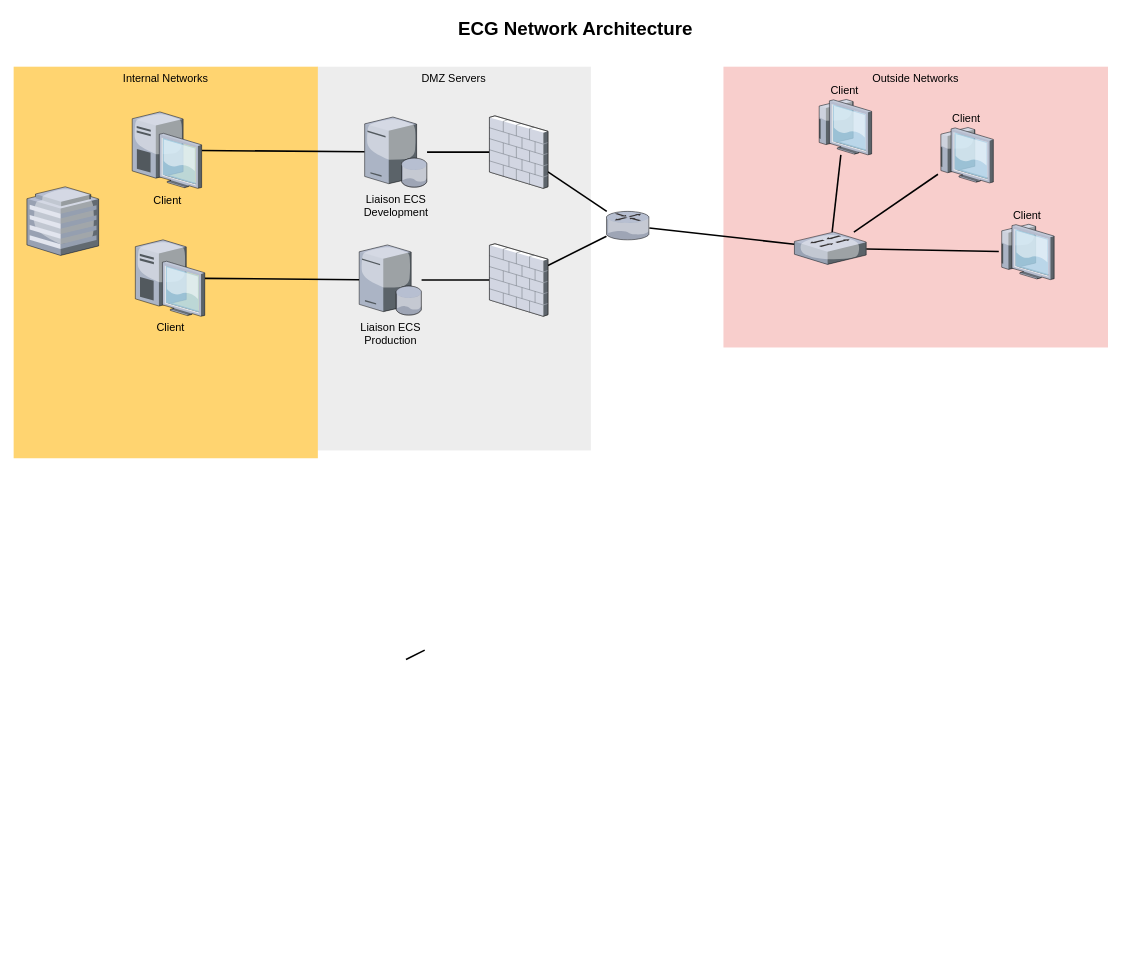
Before: ECG Network.drawio in mattybee/WorkPrjs, a draw.io diagram. Source tidied: cells renumbered, new cells numbered last; positions are measured from the earlier drawing's top-left corner, leaving out a move shared by most shapes. Both pictures are drawn from the tidied source at 78%, with x=0, y=0 at pixel (13, 13).
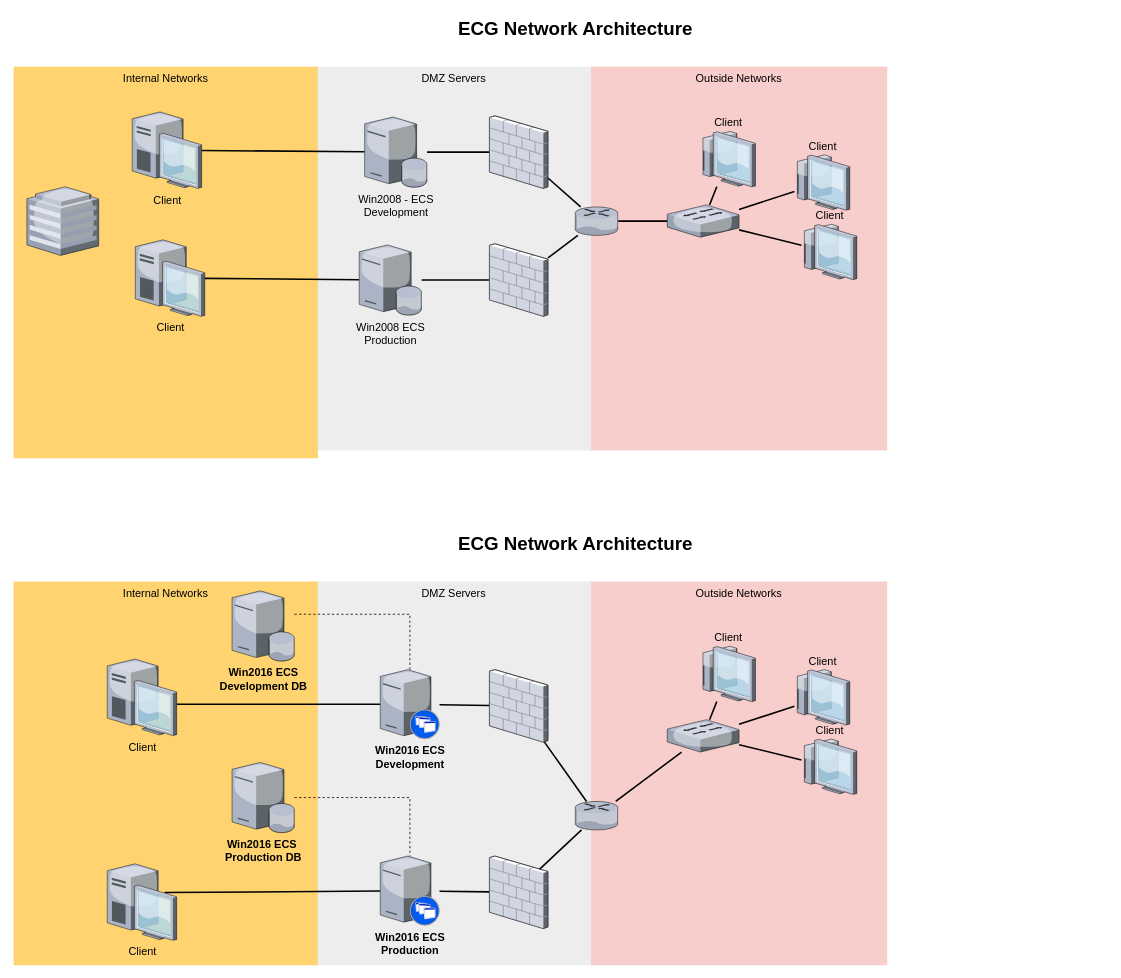
The same diagram, later.

Diff of the diagram source:
```diff
@@
     <mxCell id="2" value="Outside Networks" style="whiteSpace=wrap;html=1;fillColor=#f8cecc;fontSize=14;strokeColor=none;verticalAlign=top;" parent="1" vertex="1">
-      <mxGeometry x="910" y="68" width="493" height="360" as="geometry" />
+      <mxGeometry x="740" y="68" width="380" height="492" as="geometry" />
     </mxCell>
@@
     <mxCell id="15" style="verticalLabelPosition=bottom;html=1;verticalAlign=top;strokeColor=none;shape=mxgraph.citrix.router;fillColor=#66B2FF;gradientColor=#0066CC;fontSize=14;" parent="1" vertex="1">
-      <mxGeometry x="760" y="253.5" width="55" height="36.5" as="geometry" />
+      <mxGeometry x="720" y="247.8" width="55" height="36.5" as="geometry" />
     </mxCell>
@@
     <mxCell id="24" style="verticalLabelPosition=bottom;html=1;verticalAlign=top;strokeColor=none;shape=mxgraph.citrix.switch;fillColor=#66B2FF;gradientColor=#0066CC;fontSize=14;" parent="1" vertex="1">
-      <mxGeometry x="1001" y="280" width="92" height="41.5" as="geometry" />
+      <mxGeometry x="838" y="245.2" width="92" height="41.5" as="geometry" />
     </mxCell>
     <mxCell id="25" value="Client" style="verticalLabelPosition=top;html=1;verticalAlign=bottom;strokeColor=none;shape=mxgraph.citrix.thin_client;fillColor=#66B2FF;gradientColor=#0066CC;fontSize=14;labelPosition=center;align=center;" parent="1" vertex="1">
-      <mxGeometry x="1263" y="270" width="71" height="71" as="geometry" />
+      <mxGeometry x="1010" y="270" width="71" height="71" as="geometry" />
     </mxCell>
     <mxCell id="26" value="Client" style="verticalLabelPosition=top;html=1;verticalAlign=bottom;strokeColor=none;shape=mxgraph.citrix.thin_client;fillColor=#66B2FF;gradientColor=#0066CC;fontSize=14;labelPosition=center;align=center;" parent="1" vertex="1">
-      <mxGeometry x="1185" y="146" width="71" height="71" as="geometry" />
+      <mxGeometry x="1001" y="181" width="71" height="71" as="geometry" />
     </mxCell>
     <mxCell id="27" value="Client" style="verticalLabelPosition=top;html=1;verticalAlign=bottom;strokeColor=none;shape=mxgraph.citrix.thin_client;fillColor=#66B2FF;gradientColor=#0066CC;fontSize=14;labelPosition=center;align=center;" parent="1" vertex="1">
-      <mxGeometry x="1029" y="110" width="71" height="71" as="geometry" />
+      <mxGeometry x="880" y="151" width="71" height="71" as="geometry" />
     </mxCell>
@@
-    <mxCell id="29" value="&lt;span style=&quot;font-size: 14px&quot;&gt;Liaison ECS&lt;/span&gt;&lt;br style=&quot;font-size: 14px&quot;&gt;&lt;span style=&quot;font-size: 14px&quot;&gt;Production&lt;/span&gt;" style="verticalLabelPosition=bottom;html=1;verticalAlign=top;strokeColor=none;align=center;outlineConnect=0;shape=mxgraph.citrix.database_server;" parent="1" vertex="1">
+    <mxCell id="29" value="&lt;span style=&quot;font-size: 14px&quot;&gt;Win2008 ECS&lt;/span&gt;&lt;br style=&quot;font-size: 14px&quot;&gt;&lt;span style=&quot;font-size: 14px&quot;&gt;Production&lt;/span&gt;" style="verticalLabelPosition=bottom;html=1;verticalAlign=top;strokeColor=none;align=center;outlineConnect=0;shape=mxgraph.citrix.database_server;" parent="1" vertex="1">
       <mxGeometry x="443" y="296.5" width="80" height="90" as="geometry" />
     </mxCell>
-    <mxCell id="30" value="&lt;span style=&quot;font-size: 14px&quot;&gt;Liaison ECS&lt;/span&gt;&lt;br style=&quot;font-size: 14px&quot;&gt;&lt;span style=&quot;font-size: 14px&quot;&gt;Development&lt;/span&gt;" style="verticalLabelPosition=bottom;html=1;verticalAlign=top;strokeColor=none;align=center;outlineConnect=0;shape=mxgraph.citrix.database_server;" parent="1" vertex="1">
+    <mxCell id="30" value="&lt;span style=&quot;font-size: 14px&quot;&gt;Win2008 - ECS&lt;/span&gt;&lt;br style=&quot;font-size: 14px&quot;&gt;&lt;span style=&quot;font-size: 14px&quot;&gt;Development&lt;/span&gt;" style="verticalLabelPosition=bottom;html=1;verticalAlign=top;strokeColor=none;align=center;outlineConnect=0;shape=mxgraph.citrix.database_server;" parent="1" vertex="1">
       <mxGeometry x="450" y="132.5" width="80" height="90" as="geometry" />
     </mxCell>
+    <mxCell id="31" value="Outside Networks" style="whiteSpace=wrap;html=1;fillColor=#f8cecc;fontSize=14;strokeColor=none;verticalAlign=top;" parent="1" vertex="1">
+      <mxGeometry x="740" y="728" width="380" height="492" as="geometry" />
+    </mxCell>
+    <mxCell id="32" value="DMZ Servers" style="whiteSpace=wrap;html=1;fillColor=#EDEDED;fontSize=14;strokeColor=none;verticalAlign=top;" parent="1" vertex="1">
+      <mxGeometry x="389" y="728" width="351" height="492" as="geometry" />
+    </mxCell>
+    <mxCell id="33" value="Internal Networks" style="whiteSpace=wrap;html=1;fillColor=#FFD470;gradientColor=none;fontSize=14;strokeColor=none;verticalAlign=top;" parent="1" vertex="1">
+      <mxGeometry y="728" width="390" height="492" as="geometry" />
+    </mxCell>
+    <mxCell id="34" style="edgeStyle=none;rounded=0;html=1;startSize=10;endSize=10;jettySize=auto;fontSize=14;endArrow=none;endFill=0;strokeWidth=2;exitX=0.826;exitY=0.376;exitDx=0;exitDy=0;exitPerimeter=0;" parent="1" edge="1" source="35" target="55">
+      <mxGeometry relative="1" as="geometry" />
+    </mxCell>
+    <mxCell id="35" value="Client" style="verticalLabelPosition=bottom;html=1;verticalAlign=top;strokeColor=none;shape=mxgraph.citrix.desktop;fillColor=#66B2FF;gradientColor=#0066CC;fontSize=14;" parent="1" vertex="1">
+      <mxGeometry x="120" y="1090" width="89" height="98" as="geometry" />
+    </mxCell>
+    <mxCell id="36" style="edgeStyle=none;rounded=0;html=1;startSize=10;endSize=10;jettySize=auto;fontSize=14;endArrow=none;endFill=0;strokeWidth=2;exitX=0.963;exitY=0.591;exitDx=0;exitDy=0;exitPerimeter=0;" parent="1" edge="1" source="37" target="54">
+      <mxGeometry relative="1" as="geometry" />
+    </mxCell>
+    <mxCell id="37" value="Client" style="verticalLabelPosition=bottom;html=1;verticalAlign=top;strokeColor=none;shape=mxgraph.citrix.desktop;fillColor=#66B2FF;gradientColor=#0066CC;fontSize=14;" parent="1" vertex="1">
+      <mxGeometry x="120" y="827.5" width="89" height="98" as="geometry" />
+    </mxCell>
+    <mxCell id="38" style="edgeStyle=none;rounded=0;html=1;startSize=10;endSize=10;jettySize=auto;fontSize=14;endArrow=none;endFill=0;strokeWidth=2;" parent="1" edge="1" source="55" target="45">
+      <mxGeometry relative="1" as="geometry" />
+    </mxCell>
+    <mxCell id="39" style="edgeStyle=none;rounded=0;html=1;startSize=10;endSize=10;jettySize=auto;fontSize=14;endArrow=none;endFill=0;strokeWidth=2;" parent="1" edge="1" source="54" target="43">
+      <mxGeometry relative="1" as="geometry" />
+    </mxCell>
+    <mxCell id="40" style="edgeStyle=none;rounded=0;html=1;startSize=10;endSize=10;jettySize=auto;fontSize=14;endArrow=none;endFill=0;strokeWidth=2;" parent="1" edge="1" source="41" target="49">
+      <mxGeometry relative="1" as="geometry" />
+    </mxCell>
+    <mxCell id="41" style="verticalLabelPosition=bottom;html=1;verticalAlign=top;strokeColor=none;shape=mxgraph.citrix.router;fillColor=#66B2FF;gradientColor=#0066CC;fontSize=14;" parent="1" vertex="1">
+      <mxGeometry x="720" y="1010" width="55" height="36.5" as="geometry" />
+    </mxCell>
+    <mxCell id="42" style="edgeStyle=none;rounded=0;html=1;startSize=10;endSize=10;jettySize=auto;fontSize=14;endArrow=none;endFill=0;strokeWidth=2;" parent="1" edge="1" source="43" target="41">
+      <mxGeometry relative="1" as="geometry" />
+    </mxCell>
+    <mxCell id="43" style="verticalLabelPosition=bottom;html=1;verticalAlign=top;strokeColor=none;shape=mxgraph.citrix.firewall;fillColor=#66B2FF;gradientColor=#0066CC;fontSize=14;" parent="1" vertex="1">
+      <mxGeometry x="610" y="841" width="75" height="93" as="geometry" />
+    </mxCell>
+    <mxCell id="44" style="edgeStyle=none;rounded=0;html=1;startSize=10;endSize=10;jettySize=auto;fontSize=14;endArrow=none;endFill=0;strokeWidth=2;exitX=0.85;exitY=0.188;exitDx=0;exitDy=0;exitPerimeter=0;" parent="1" edge="1" source="45" target="41">
+      <mxGeometry relative="1" as="geometry" />
+    </mxCell>
+    <mxCell id="45" style="verticalLabelPosition=bottom;html=1;verticalAlign=top;strokeColor=none;shape=mxgraph.citrix.firewall;fillColor=#66B2FF;gradientColor=#0066CC;fontSize=14;" parent="1" vertex="1">
+      <mxGeometry x="610" y="1080" width="75" height="93" as="geometry" />
+    </mxCell>
+    <mxCell id="46" style="edgeStyle=none;rounded=0;html=1;startSize=10;endSize=10;jettySize=auto;fontSize=14;endArrow=none;endFill=0;strokeWidth=2;" parent="1" edge="1" source="49" target="52">
+      <mxGeometry relative="1" as="geometry" />
+    </mxCell>
+    <mxCell id="47" style="edgeStyle=none;rounded=0;html=1;startSize=10;endSize=10;jettySize=auto;fontSize=14;endArrow=none;endFill=0;strokeWidth=2;" parent="1" edge="1" source="49" target="51">
+      <mxGeometry relative="1" as="geometry" />
+    </mxCell>
+    <mxCell id="48" style="edgeStyle=none;rounded=0;html=1;startSize=10;endSize=10;jettySize=auto;fontSize=14;endArrow=none;endFill=0;strokeWidth=2;" parent="1" edge="1" source="49" target="50">
+      <mxGeometry relative="1" as="geometry" />
+    </mxCell>
+    <mxCell id="49" style="verticalLabelPosition=bottom;html=1;verticalAlign=top;strokeColor=none;shape=mxgraph.citrix.switch;fillColor=#66B2FF;gradientColor=#0066CC;fontSize=14;" parent="1" vertex="1">
+      <mxGeometry x="838" y="905.2" width="92" height="41.5" as="geometry" />
+    </mxCell>
+    <mxCell id="50" value="Client" style="verticalLabelPosition=top;html=1;verticalAlign=bottom;strokeColor=none;shape=mxgraph.citrix.thin_client;fillColor=#66B2FF;gradientColor=#0066CC;fontSize=14;labelPosition=center;align=center;" parent="1" vertex="1">
+      <mxGeometry x="1010" y="930" width="71" height="71" as="geometry" />
+    </mxCell>
+    <mxCell id="51" value="Client" style="verticalLabelPosition=top;html=1;verticalAlign=bottom;strokeColor=none;shape=mxgraph.citrix.thin_client;fillColor=#66B2FF;gradientColor=#0066CC;fontSize=14;labelPosition=center;align=center;" parent="1" vertex="1">
+      <mxGeometry x="1001" y="841" width="71" height="71" as="geometry" />
+    </mxCell>
+    <mxCell id="52" value="Client" style="verticalLabelPosition=top;html=1;verticalAlign=bottom;strokeColor=none;shape=mxgraph.citrix.thin_client;fillColor=#66B2FF;gradientColor=#0066CC;fontSize=14;labelPosition=center;align=center;" parent="1" vertex="1">
+      <mxGeometry x="880" y="811" width="71" height="71" as="geometry" />
+    </mxCell>
+    <mxCell id="53" value="ECG Network Architecture" style="text;strokeColor=none;fillColor=none;html=1;fontSize=24;fontStyle=1;verticalAlign=middle;align=center;" parent="1" vertex="1">
+      <mxGeometry x="289" y="660" width="861" height="40" as="geometry" />
+    </mxCell>
+    <mxCell id="54" value="&lt;b&gt;&lt;span style=&quot;font-size: 14px&quot;&gt;Win2016 ECS&lt;/span&gt;&lt;br style=&quot;font-size: 14px&quot;&gt;&lt;span style=&quot;font-size: 14px&quot;&gt;Development&lt;/span&gt;&lt;/b&gt;" style="verticalLabelPosition=bottom;html=1;verticalAlign=top;strokeColor=none;align=center;outlineConnect=0;shape=mxgraph.citrix.xenapp_server;" parent="1" vertex="1">
+      <mxGeometry x="470" y="841" width="76" height="89" as="geometry" />
+    </mxCell>
+    <mxCell id="55" value="&lt;b&gt;&lt;span style=&quot;font-size: 14px&quot;&gt;Win2016 ECS&lt;/span&gt;&lt;br style=&quot;font-size: 14px&quot;&gt;&lt;span style=&quot;font-size: 14px&quot;&gt;Production&lt;/span&gt;&lt;/b&gt;" style="verticalLabelPosition=bottom;html=1;verticalAlign=top;strokeColor=none;align=center;outlineConnect=0;shape=mxgraph.citrix.xenapp_server;" parent="1" vertex="1">
+      <mxGeometry x="470" y="1080" width="76" height="89" as="geometry" />
+    </mxCell>
+    <mxCell id="56" style="edgeStyle=orthogonalEdgeStyle;rounded=0;jettySize=auto;html=1;dashed=1;endArrow=none;endFill=0;" parent="1" edge="1" source="57" target="54">
+      <mxGeometry relative="1" as="geometry">
+        <Array as="points">
+          <mxPoint x="508" y="770" />
+        </Array>
+      </mxGeometry>
+    </mxCell>
+    <mxCell id="57" value="&lt;font style=&quot;font-size: 14px&quot;&gt;&lt;b&gt;Win2016 ECS&lt;br&gt;Development DB&lt;/b&gt;&lt;/font&gt;" style="verticalLabelPosition=bottom;html=1;verticalAlign=top;strokeColor=none;align=center;outlineConnect=0;shape=mxgraph.citrix.database_server;" parent="1" vertex="1">
+      <mxGeometry x="280" y="740" width="80" height="90" as="geometry" />
+    </mxCell>
+    <mxCell id="58" style="edgeStyle=orthogonalEdgeStyle;rounded=0;jettySize=auto;html=1;dashed=1;endArrow=none;endFill=0;" parent="1" edge="1" source="59" target="55">
+      <mxGeometry relative="1" as="geometry" />
+    </mxCell>
+    <mxCell id="59" value="&lt;font style=&quot;font-size: 14px&quot;&gt;&lt;b&gt;Win2016 ECS&amp;nbsp;&lt;br&gt;Production DB&lt;/b&gt;&lt;/font&gt;" style="verticalLabelPosition=bottom;html=1;verticalAlign=top;strokeColor=none;align=center;outlineConnect=0;shape=mxgraph.citrix.database_server;" parent="1" vertex="1">
+      <mxGeometry x="280" y="960" width="80" height="90" as="geometry" />
+    </mxCell>
```
